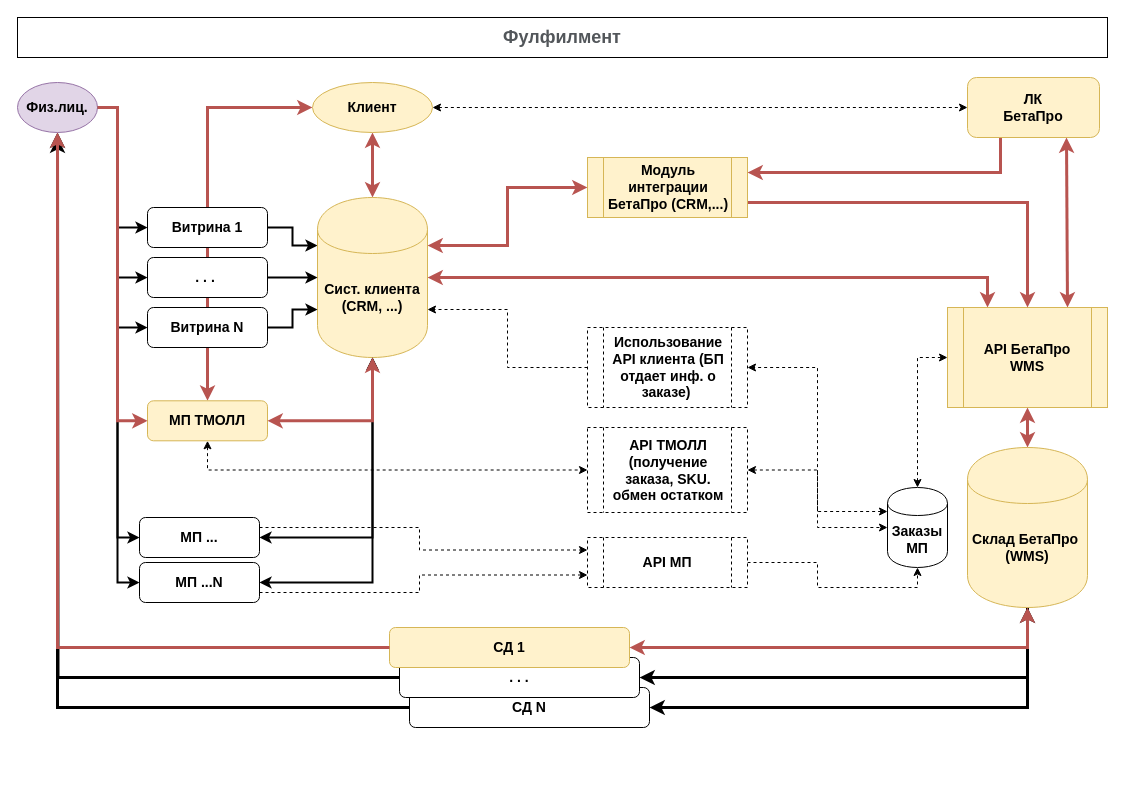
BetaproRep/DOC_1 keeps this draw.io diagram as page "Ex_FF" (2 of 5) of diag_1.drawio. Above is the earlier version. Source tidied: cells renumbered, new cells numbered last; positions are measured from the earlier drawing's top-left corner, leaving out a move shared by most shapes. Both pictures are drawn from the tidied source at 100%, with x=0, y=0 at pixel (17, 17).
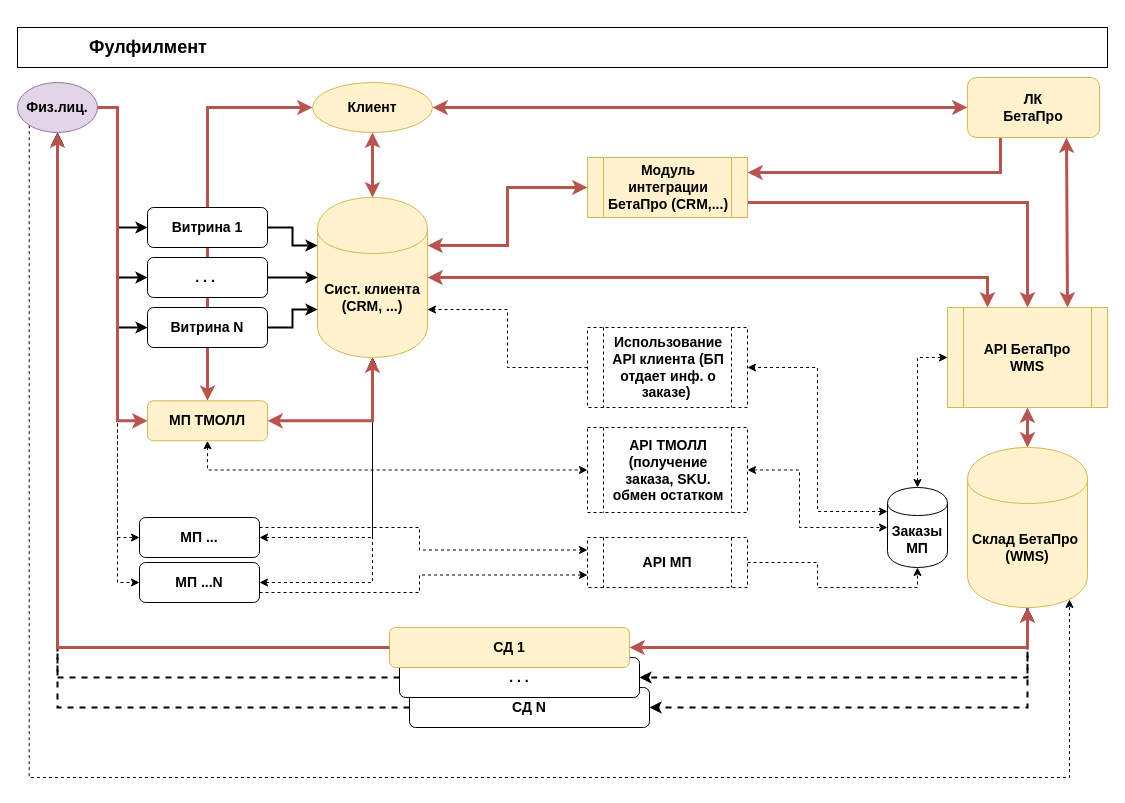
After the change.

Unchanged cells that the change refers to:
```xml
<mxCell id="11" value="&lt;font style=&quot;font-size: 14px&quot;&gt;&lt;b&gt;Сист. клиента (CRM, ...)&lt;br&gt;&lt;/b&gt;&lt;/font&gt;" style="shape=cylinder;whiteSpace=wrap;html=1;boundedLbl=1;backgroundOutline=1;fillColor=#fff2cc;strokeColor=#d6b656;" parent="1" vertex="1">
  <mxGeometry x="300" y="180" width="110" height="160" as="geometry" />
</mxCell>
<mxCell id="13" value="&lt;font style=&quot;font-size: 14px&quot;&gt;&lt;b&gt;СД N&lt;/b&gt;&lt;/font&gt;" style="html=1;whiteSpace=wrap;rounded=1;" parent="1" vertex="1">
  <mxGeometry x="392" y="670" width="240" height="40" as="geometry" />
</mxCell>
<mxCell id="17" value="&lt;font style=&quot;font-size: 14px&quot;&gt;&lt;b&gt;Склад&amp;nbsp;&lt;/b&gt;&lt;b&gt;БетаПро&amp;nbsp;&lt;br&gt;(WMS)&lt;/b&gt;&lt;/font&gt;" style="shape=cylinder;whiteSpace=wrap;html=1;boundedLbl=1;backgroundOutline=1;fillColor=#fff2cc;strokeColor=#d6b656;" parent="1" vertex="1">
  <mxGeometry x="950" y="430" width="120" height="160" as="geometry" />
</mxCell>
<mxCell id="19" value="&lt;b&gt;&lt;font style=&quot;font-size: 14px&quot;&gt;ЛК &lt;br&gt;БетаПро&lt;/font&gt;&lt;/b&gt;" style="rounded=1;whiteSpace=wrap;html=1;fillColor=#fff2cc;strokeColor=#d6b656;" parent="1" vertex="1">
  <mxGeometry x="950" y="60" width="132" height="60" as="geometry" />
</mxCell>
<mxCell id="27" value="&lt;b&gt;&lt;font style=&quot;font-size: 14px&quot;&gt;МП ...&lt;/font&gt;&lt;/b&gt;" style="shape=ext;rounded=1;html=1;whiteSpace=wrap;" parent="1" vertex="1">
  <mxGeometry x="122" y="500" width="120" height="40" as="geometry" />
</mxCell>
<mxCell id="30" value="&lt;b&gt;&lt;font style=&quot;font-size: 14px&quot;&gt;МП ...N&lt;/font&gt;&lt;/b&gt;" style="shape=ext;rounded=1;html=1;whiteSpace=wrap;" parent="1" vertex="1">
  <mxGeometry x="122" y="545" width="120" height="40" as="geometry" />
</mxCell>
<mxCell id="36" value="&lt;div style=&quot;text-align: center&quot;&gt;&lt;span style=&quot;font-size: 14px&quot;&gt;&lt;b&gt;API ТМОЛЛ (получение заказа, SKU. обмен остатком&lt;/b&gt;&lt;/span&gt;&lt;/div&gt;" style="shape=process;whiteSpace=wrap;html=1;backgroundOutline=1;align=left;dashed=1;" parent="1" vertex="1">
  <mxGeometry x="570" y="410" width="160" height="85" as="geometry" />
</mxCell>
<mxCell id="39" value="&lt;b&gt;&lt;font style=&quot;font-size: 14px&quot;&gt;Клиент&lt;/font&gt;&lt;/b&gt;" style="ellipse;whiteSpace=wrap;html=1;fillColor=#fff2cc;strokeColor=#d6b656;" parent="1" vertex="1">
  <mxGeometry x="295" y="65" width="120" height="50" as="geometry" />
</mxCell>
<mxCell id="40" value="&lt;b&gt;&lt;font style=&quot;font-size: 14px&quot;&gt;Физ.лиц.&lt;/font&gt;&lt;/b&gt;" style="ellipse;whiteSpace=wrap;html=1;fillColor=#e1d5e7;strokeColor=#9673a6;" parent="1" vertex="1">
  <mxGeometry y="65" width="80" height="50" as="geometry" />
</mxCell>
<mxCell id="43" value="&lt;b&gt;&lt;font style=&quot;font-size: 14px&quot;&gt;Заказы МП&lt;/font&gt;&lt;/b&gt;" style="shape=cylinder;whiteSpace=wrap;html=1;boundedLbl=1;backgroundOutline=1;" parent="1" vertex="1">
  <mxGeometry x="870" y="470" width="60" height="80" as="geometry" />
</mxCell>
<mxCell id="45" value="&lt;span style=&quot;font-size: 14px&quot;&gt;&lt;b&gt;. . .&lt;/b&gt;&lt;/span&gt;" style="html=1;whiteSpace=wrap;rounded=1;" parent="1" vertex="1">
  <mxGeometry x="382" y="640" width="240" height="40" as="geometry" />
</mxCell>
```

Change to the diagram source:
```diff
@@
-    <mxCell id="6" style="edgeStyle=orthogonalEdgeStyle;rounded=0;jettySize=auto;html=1;exitX=1;exitY=0.5;exitDx=0;exitDy=0;entryX=0;entryY=0.5;entryDx=0;entryDy=0;startArrow=none;startFill=0;endArrow=classic;endFill=1;strokeWidth=2;" parent="1" edge="1" source="40" target="27">
+    <mxCell id="6" style="edgeStyle=orthogonalEdgeStyle;rounded=0;jettySize=auto;html=1;exitX=1;exitY=0.5;exitDx=0;exitDy=0;entryX=0;entryY=0.5;entryDx=0;entryDy=0;startArrow=none;startFill=0;endArrow=classic;endFill=1;strokeWidth=1;dashed=1;" parent="1" edge="1" source="40" target="27">
       <mxGeometry relative="1" as="geometry">
         <Array as="points">
           <mxPoint x="100" y="90" />
           <mxPoint x="100" y="520" />
         </Array>
       </mxGeometry>
     </mxCell>
-    <mxCell id="7" style="edgeStyle=orthogonalEdgeStyle;rounded=0;jettySize=auto;html=1;exitX=1;exitY=0.5;exitDx=0;exitDy=0;entryX=0;entryY=0.5;entryDx=0;entryDy=0;startArrow=none;startFill=0;endArrow=classic;endFill=1;strokeWidth=2;" parent="1" edge="1" source="40" target="30">
+    <mxCell id="7" style="edgeStyle=orthogonalEdgeStyle;rounded=0;jettySize=auto;html=1;exitX=1;exitY=0.5;exitDx=0;exitDy=0;entryX=0;entryY=0.5;entryDx=0;entryDy=0;startArrow=none;startFill=0;endArrow=classic;endFill=1;strokeWidth=1;dashed=1;" parent="1" edge="1" source="40" target="30">
       <mxGeometry relative="1" as="geometry">
         <Array as="points">
           <mxPoint x="100" y="90" />
           <mxPoint x="100" y="565" />
         </Array>
       </mxGeometry>
     </mxCell>
@@
-    <mxCell id="12" style="edgeStyle=orthogonalEdgeStyle;rounded=0;jettySize=auto;html=1;exitX=0;exitY=0.5;exitDx=0;exitDy=0;strokeWidth=3;entryX=0.5;entryY=1;entryDx=0;entryDy=0;" parent="1" edge="1" source="13" target="40">
+    <mxCell id="12" style="edgeStyle=orthogonalEdgeStyle;rounded=0;jettySize=auto;html=1;exitX=0;exitY=0.5;exitDx=0;exitDy=0;strokeWidth=2;entryX=0.5;entryY=1;entryDx=0;entryDy=0;dashed=1;" parent="1" edge="1" source="13" target="40">
       <mxGeometry relative="1" as="geometry" />
     </mxCell>
@@
-    <mxCell id="15" style="edgeStyle=orthogonalEdgeStyle;rounded=0;jettySize=auto;html=1;exitX=0.5;exitY=1;exitDx=0;exitDy=0;entryX=1;entryY=0.5;entryDx=0;entryDy=0;startArrow=none;startFill=0;endArrow=classic;endFill=1;strokeWidth=3;" parent="1" edge="1" source="17" target="13">
+    <mxCell id="15" style="edgeStyle=orthogonalEdgeStyle;rounded=0;jettySize=auto;html=1;exitX=0.5;exitY=1;exitDx=0;exitDy=0;entryX=1;entryY=0.5;entryDx=0;entryDy=0;startArrow=none;startFill=0;endArrow=classic;endFill=1;strokeWidth=2;dashed=1;" parent="1" edge="1" source="17" target="13">
       <mxGeometry relative="1" as="geometry" />
     </mxCell>
-    <mxCell id="16" style="edgeStyle=orthogonalEdgeStyle;rounded=0;jettySize=auto;html=1;exitX=0.5;exitY=1;exitDx=0;exitDy=0;entryX=1;entryY=0.5;entryDx=0;entryDy=0;startArrow=classic;startFill=1;endArrow=classic;endFill=1;strokeWidth=3;fillColor=#f8cecc;strokeColor=#000000;" parent="1" edge="1" source="17" target="45">
+    <mxCell id="16" style="edgeStyle=orthogonalEdgeStyle;rounded=0;jettySize=auto;html=1;exitX=0.5;exitY=1;exitDx=0;exitDy=0;entryX=1;entryY=0.5;entryDx=0;entryDy=0;startArrow=classic;startFill=1;endArrow=classic;endFill=1;strokeWidth=2;fillColor=#f8cecc;strokeColor=#000000;dashed=1;" parent="1" edge="1" source="17" target="45">
       <mxGeometry relative="1" as="geometry" />
     </mxCell>
@@
-    <mxCell id="26" style="edgeStyle=orthogonalEdgeStyle;rounded=0;jettySize=auto;html=1;exitX=1;exitY=0.5;exitDx=0;exitDy=0;entryX=0.5;entryY=1;entryDx=0;entryDy=0;startArrow=classic;startFill=1;endArrow=classic;endFill=1;fillColor=#f8cecc;strokeColor=#000000;strokeWidth=2;" parent="1" edge="1" source="27" target="11">
+    <mxCell id="26" style="edgeStyle=orthogonalEdgeStyle;rounded=0;jettySize=auto;html=1;exitX=1;exitY=0.5;exitDx=0;exitDy=0;entryX=0.5;entryY=1;entryDx=0;entryDy=0;startArrow=classic;startFill=1;endArrow=classic;endFill=1;fillColor=#f8cecc;strokeColor=#000000;strokeWidth=1;dashed=1;" parent="1" edge="1" source="27" target="11">
       <mxGeometry relative="1" as="geometry" />
     </mxCell>
@@
-    <mxCell id="29" style="edgeStyle=orthogonalEdgeStyle;rounded=0;jettySize=auto;html=1;exitX=1;exitY=0.5;exitDx=0;exitDy=0;entryX=0.5;entryY=1;entryDx=0;entryDy=0;startArrow=classic;startFill=1;endArrow=classic;endFill=1;strokeWidth=2;fillColor=#f8cecc;strokeColor=#000000;" parent="1" edge="1" source="30" target="11">
+    <mxCell id="29" style="edgeStyle=orthogonalEdgeStyle;rounded=0;jettySize=auto;html=1;exitX=1;exitY=0.5;exitDx=0;exitDy=0;entryX=0.5;entryY=1;entryDx=0;entryDy=0;startArrow=classic;startFill=1;endArrow=classic;endFill=1;strokeWidth=1;fillColor=#f8cecc;strokeColor=#000000;dashed=1;" parent="1" edge="1" source="30" target="11">
       <mxGeometry relative="1" as="geometry" />
     </mxCell>
@@
     <mxCell id="35" style="edgeStyle=orthogonalEdgeStyle;rounded=0;jettySize=auto;html=1;exitX=1;exitY=0.5;exitDx=0;exitDy=0;entryX=0;entryY=0.5;entryDx=0;entryDy=0;dashed=1;startArrow=classic;startFill=1;strokeWidth=1;" parent="1" edge="1" source="36" target="43">
-      <mxGeometry relative="1" as="geometry" />
+      <mxGeometry relative="1" as="geometry">
+        <Array as="points">
+          <mxPoint x="782" y="452" />
+          <mxPoint x="782" y="510" />
+        </Array>
+      </mxGeometry>
     </mxCell>
@@
-    <mxCell id="37" style="edgeStyle=orthogonalEdgeStyle;rounded=0;jettySize=auto;html=1;exitX=1;exitY=0.5;exitDx=0;exitDy=0;entryX=0;entryY=0.5;entryDx=0;entryDy=0;startArrow=classic;startFill=1;endArrow=classic;endFill=1;strokeWidth=1;fillColor=#f8cecc;strokeColor=#000000;dashed=1;" parent="1" edge="1" source="39" target="19">
+    <mxCell id="37" style="edgeStyle=orthogonalEdgeStyle;rounded=0;jettySize=auto;html=1;exitX=1;exitY=0.5;exitDx=0;exitDy=0;entryX=0;entryY=0.5;entryDx=0;entryDy=0;startArrow=classic;startFill=1;endArrow=classic;endFill=1;strokeWidth=3;fillColor=#f8cecc;strokeColor=#b85450;" parent="1" edge="1" source="39" target="19">
       <mxGeometry relative="1" as="geometry" />
     </mxCell>
@@
+    <mxCell id="58" style="edgeStyle=orthogonalEdgeStyle;rounded=0;jettySize=auto;html=1;exitX=0;exitY=1;exitDx=0;exitDy=0;entryX=0.85;entryY=0.95;entryDx=0;entryDy=0;entryPerimeter=0;startArrow=none;startFill=0;endArrow=classic;endFill=1;strokeColor=#000000;strokeWidth=1;dashed=1;" parent="1" edge="1" source="40" target="17">
+      <mxGeometry relative="1" as="geometry">
+        <Array as="points">
+          <mxPoint x="12" y="760" />
+          <mxPoint x="1052" y="760" />
+        </Array>
+      </mxGeometry>
+    </mxCell>
@@
-    <mxCell id="44" style="edgeStyle=orthogonalEdgeStyle;rounded=0;jettySize=auto;html=1;exitX=0;exitY=0.5;exitDx=0;exitDy=0;startArrow=none;startFill=0;endArrow=classic;endFill=1;strokeWidth=3;" parent="1" edge="1" source="45">
-      <mxGeometry relative="1" as="geometry">
-        <mxPoint x="40" y="120" as="targetPoint" />
-      </mxGeometry>
+    <mxCell id="44" style="edgeStyle=orthogonalEdgeStyle;rounded=0;jettySize=auto;html=1;exitX=0;exitY=0.5;exitDx=0;exitDy=0;startArrow=none;startFill=0;endArrow=classic;endFill=1;strokeWidth=2;entryX=0.5;entryY=1;entryDx=0;entryDy=0;dashed=1;" parent="1" edge="1" source="45" target="40">
+      <mxGeometry relative="1" as="geometry" />
     </mxCell>
@@
-    <mxCell id="53" value="&lt;b style=&quot;color: rgb(82 , 86 , 90) ; font-family: &amp;#34;arial&amp;#34; , sans-serif ; text-align: left ; background-color: rgb(255 , 255 , 255)&quot;&gt;&lt;font style=&quot;font-size: 18px&quot;&gt;Фулфилмент&lt;/font&gt;&lt;/b&gt;" style="rounded=0;whiteSpace=wrap;html=1;gradientColor=#ffffff;" parent="1" vertex="1">
-      <mxGeometry width="1090" height="40" as="geometry" />
+    <mxCell id="53" value="&lt;span style=&quot;background-color: rgb(255 , 255 , 255)&quot;&gt;&lt;font style=&quot;font-size: 18px&quot;&gt;&lt;b&gt;&amp;nbsp; &amp;nbsp; &amp;nbsp; &amp;nbsp; &amp;nbsp; &amp;nbsp; &amp;nbsp; Фулфилмент&lt;/b&gt;&lt;/font&gt;&lt;/span&gt;" style="rounded=0;whiteSpace=wrap;html=1;gradientColor=#ffffff;align=left;" parent="1" vertex="1">
+      <mxGeometry y="10" width="1090" height="40" as="geometry" />
     </mxCell>
```
